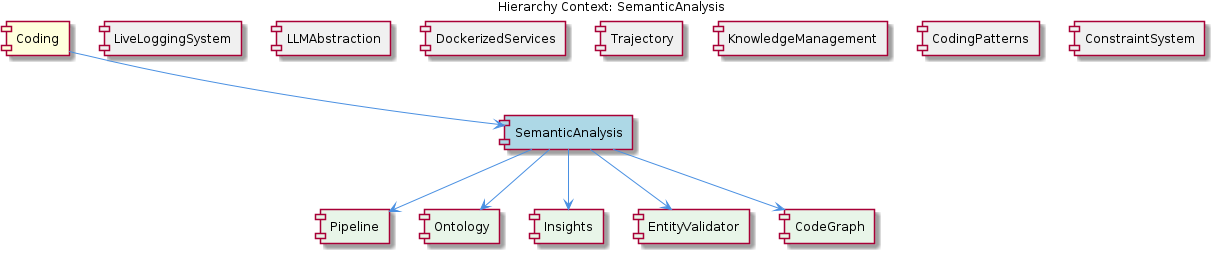
fwornle/coding keeps this PlantUML diagram as .data/knowledge-graph/insights/images/semantic-analysis-relationship.png. Above is the earlier version. Its source is kept beside it as .data/knowledge-graph/insights/puml/semantic-analysis-relationship.puml. Source of this version:
```plantuml
@startuml
!include _standard-style.puml

title Hierarchy Context: SemanticAnalysis

[Coding] as coding #FFFFDD
[SemanticAnalysis] as semantic_analysis #LightBlue
[LiveLoggingSystem] as live_logging_system #F0F0F0
[LLMAbstraction] as llmabstraction #F0F0F0
[DockerizedServices] as dockerized_services #F0F0F0
[Trajectory] as trajectory #F0F0F0
[KnowledgeManagement] as knowledge_management #F0F0F0
[CodingPatterns] as coding_patterns #F0F0F0
[ConstraintSystem] as constraint_system #F0F0F0
[Pipeline] as pipeline #E8F5E8
[Ontology] as ontology #E8F5E8
[Insights] as insights #E8F5E8
[EntityValidator] as entity_validator #E8F5E8
[CodeGraph] as code_graph #E8F5E8

coding --> semantic_analysis
live_logging_system -[hidden]- semantic_analysis
llmabstraction -[hidden]- semantic_analysis
dockerized_services -[hidden]- semantic_analysis
trajectory -[hidden]- semantic_analysis
knowledge_management -[hidden]- semantic_analysis
coding_patterns -[hidden]- semantic_analysis
constraint_system -[hidden]- semantic_analysis
semantic_analysis --> pipeline
semantic_analysis --> ontology
semantic_analysis --> insights
semantic_analysis --> entity_validator
semantic_analysis --> code_graph

@enduml
```
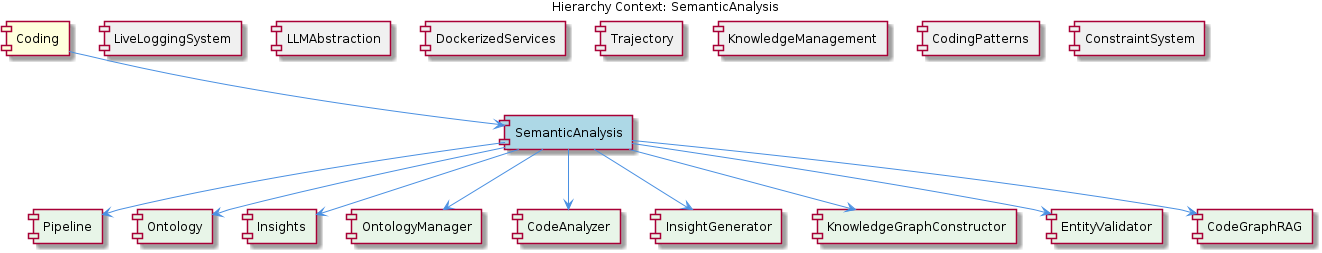
After the commit.

Change to the diagram source:
```diff
@@ -15,8 +15,12 @@
 [Pipeline] as pipeline #E8F5E8
 [Ontology] as ontology #E8F5E8
 [Insights] as insights #E8F5E8
+[OntologyManager] as ontology_manager #E8F5E8
+[CodeAnalyzer] as code_analyzer #E8F5E8
+[InsightGenerator] as insight_generator #E8F5E8
+[KnowledgeGraphConstructor] as knowledge_graph_constructor #E8F5E8
 [EntityValidator] as entity_validator #E8F5E8
-[CodeGraph] as code_graph #E8F5E8
+[CodeGraphRAG] as code_graph_rag #E8F5E8
 
 coding --> semantic_analysis
 live_logging_system -[hidden]- semantic_analysis
@@ -29,7 +33,11 @@
 semantic_analysis --> pipeline
 semantic_analysis --> ontology
 semantic_analysis --> insights
+semantic_analysis --> ontology_manager
+semantic_analysis --> code_analyzer
+semantic_analysis --> insight_generator
+semantic_analysis --> knowledge_graph_constructor
 semantic_analysis --> entity_validator
-semantic_analysis --> code_graph
+semantic_analysis --> code_graph_rag
 
 @enduml
```
